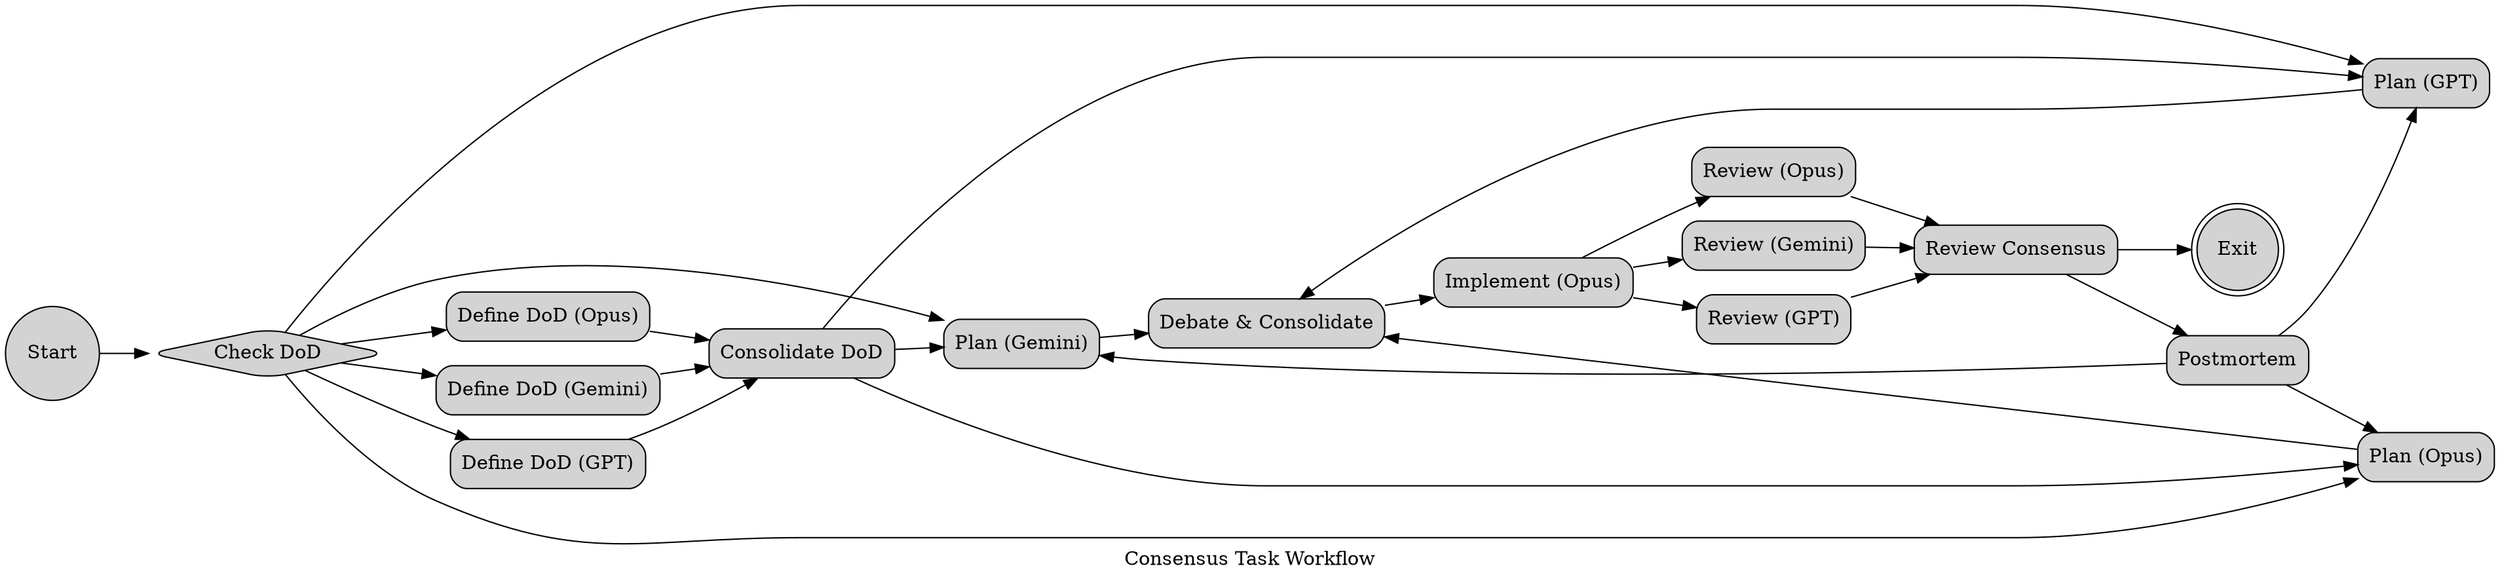
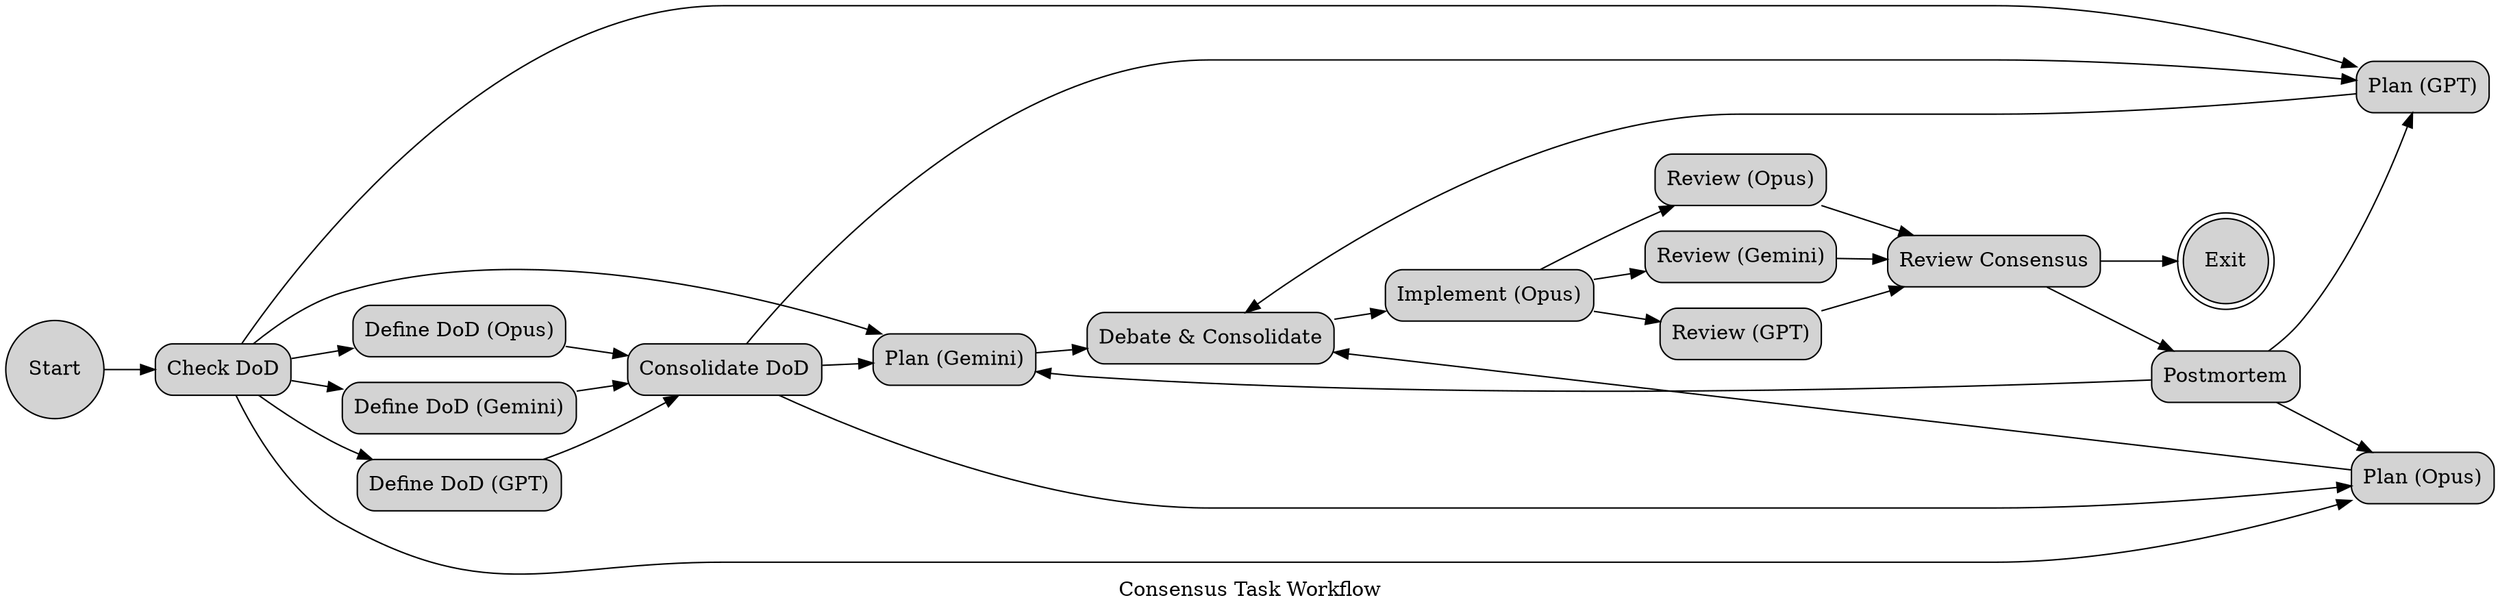
digraph Workflow {
  graph [
    label="Consensus Task Workflow",
    goal="$task",
    rankdir="LR",
    default_fidelity="truncate",
    default_thread_id="consensus-task",
    default_max_retry="3",
    retry_target="CheckDoD",
    fallback_retry_target="Start"
  ];

  Start [
    type="start", label="Start", shape="circle", style="rounded,filled",
    is_codergen="true", llm_provider="anthropic", llm_model="claude-opus-4-6",
    max_agent_turns="4", timeout="300"
  ];

  CheckDoD [
-     type="stack.steer", label="Check DoD", shape="diamond", style="rounded,filled",
+     type="stack.steer", label="Check DoD", shape="box", style="rounded,filled",
    is_codergen="true", llm_provider="anthropic", llm_model="claude-opus-4-6",
    max_agent_turns="2", timeout="120",
    prompt="Check if definition of done provided.\n\nTASK: $task\nDOD: $definition_of_done\n\nWrite status.json with outcome=needs_dod if DOD is empty or just a placeholder, else outcome=has_dod if a real DOD was provided."
  ];

  DefineDoD_Gemini [
    type="stack.observe", label="Define DoD (Gemini)", shape="box", style="rounded,filled",
    is_codergen="true", llm_provider="gemini", llm_model="gemini-3-flash-preview",
    max_agent_turns="6", timeout="300",
    prompt="Propose definition of done.\n\nTASK: $task\n\nWrite to .ai/dod_gemini.md"
  ];

  DefineDoD_GPT [
    type="stack.observe", label="Define DoD (GPT)", shape="box", style="rounded,filled",
    is_codergen="true", llm_provider="openai", llm_model="gpt-5.2-2025-12-11",
    max_agent_turns="6", timeout="300", reasoning_effort="high",
    prompt="Propose definition of done.\n\nTASK: $task\n\nWrite to .ai/dod_gpt.md"
  ];

  DefineDoD_Opus [
    type="stack.observe", label="Define DoD (Opus)", shape="box", style="rounded,filled",
    is_codergen="true", llm_provider="anthropic", llm_model="claude-opus-4-6",
    max_agent_turns="6", timeout="300",
    prompt="Propose definition of done.\n\nTASK: $task\n\nWrite to .ai/dod_opus.md"
  ];

  ConsolidateDoD [
    type="stack.observe", label="Consolidate DoD", shape="box", style="rounded,filled",
    is_codergen="true", llm_provider="anthropic", llm_model="claude-opus-4-6",
    max_agent_turns="8", timeout="420",
    prompt="Synthesize three DoD proposals.\n\nTASK: $task\n\nRead .ai/dod_*.md, write consensus to .ai/definition_of_done.md"
  ];

  PlanGemini [
    type="stack.observe", label="Plan (Gemini)", shape="box", style="rounded,filled",
    is_codergen="true", llm_provider="gemini", llm_model="gemini-3-flash-preview",
    max_agent_turns="8", timeout="420",
    prompt="Create implementation plan.\n\nTASK: $task\nDOD: .ai/definition_of_done.md or $definition_of_done\n\nWrite to .ai/plan_gemini.md"
  ];

  PlanGPT [
    type="stack.observe", label="Plan (GPT)", shape="box", style="rounded,filled",
    is_codergen="true", llm_provider="openai", llm_model="gpt-5.2-2025-12-11",
    max_agent_turns="8", timeout="420", reasoning_effort="high",
    prompt="Create implementation plan.\n\nTASK: $task\nDOD: .ai/definition_of_done.md or $definition_of_done\n\nWrite to .ai/plan_gpt.md"
  ];

  PlanOpus [
    type="stack.observe", label="Plan (Opus)", shape="box", style="rounded,filled",
    is_codergen="true", llm_provider="anthropic", llm_model="claude-opus-4-6",
    max_agent_turns="8", timeout="420",
    prompt="Create implementation plan.\n\nTASK: $task\nDOD: .ai/definition_of_done.md or $definition_of_done\n\nWrite to .ai/plan_opus.md"
  ];

  DebateConsolidate [
    type="stack.observe", label="Debate & Consolidate", shape="box", style="rounded,filled",
    is_codergen="true", llm_provider="anthropic", llm_model="claude-opus-4-6",
    max_agent_turns="10", timeout="600",
    prompt="Synthesize three plans.\n\nTASK: $task\n\nRead .ai/plan_*.md, write final to .ai/plan_final.md"
  ];

  Implement [
    type="stack.observe", label="Implement (Opus)", shape="box", style="rounded,filled",
    is_codergen="true", allow_partial="true", llm_provider="anthropic", llm_model="claude-opus-4-6",
    max_agent_turns="25", timeout="1200",
    prompt="Execute plan.\n\nTASK: $task\n\nFollow .ai/plan_final.md. Log to .ai/implementation_log.md"
  ];

  ReviewGemini [
    type="stack.observe", label="Review (Gemini)", shape="box", style="rounded,filled",
    is_codergen="true", llm_provider="gemini", llm_model="gemini-3-flash-preview",
    max_agent_turns="6", timeout="300",
    prompt="Review implementation.\n\nTASK: $task\n\nWrite to .ai/review_gemini.md with PASS/FAIL"
  ];

  ReviewGPT [
    type="stack.observe", label="Review (GPT)", shape="box", style="rounded,filled",
    is_codergen="true", llm_provider="openai", llm_model="gpt-5.2-2025-12-11",
    max_agent_turns="6", timeout="300", reasoning_effort="high",
    prompt="Review implementation.\n\nTASK: $task\n\nWrite to .ai/review_gpt.md with PASS/FAIL"
  ];

  ReviewOpus [
    type="stack.observe", label="Review (Opus)", shape="box", style="rounded,filled",
    is_codergen="true", llm_provider="anthropic", llm_model="claude-opus-4-6",
    max_agent_turns="6", timeout="300",
    prompt="Review implementation.\n\nTASK: $task\n\nWrite to .ai/review_opus.md with PASS/FAIL"
  ];

  ReviewConsensus [
    type="stack.steer", label="Review Consensus", shape="box", style="rounded,filled",
    is_codergen="true", llm_provider="anthropic", llm_model="claude-opus-4-6",
    max_agent_turns="6", timeout="300",
    prompt="Reach consensus.\n\nRead .ai/review_*.md\nWrite to .ai/review_consensus.md\n\noutcome=yes if PASS, outcome=retry if FAIL. Set preferred_next_label to \"\" (empty) or to \"yes\"/\"retry\"; do not use \"No\"."
  ];

  Postmortem [
    type="stack.observe", label="Postmortem", shape="box", style="rounded,filled",
    is_codergen="true", llm_provider="anthropic", llm_model="claude-opus-4-6",
    max_agent_turns="8", timeout="420",
    prompt="Failure postmortem.\n\nTASK: $task\n\nWrite to .ai/postmortem_NN.md"
  ];

  Exit [
    type="exit", label="Exit", shape="doublecircle", style="rounded,filled",
    is_codergen="true", llm_provider="anthropic", llm_model="claude-opus-4-6",
    max_agent_turns="4", timeout="120"
  ];

  Start -> CheckDoD;
  CheckDoD -> DefineDoD_Gemini [condition="outcome=needs_dod"];
  CheckDoD -> DefineDoD_GPT [condition="outcome=needs_dod"];
  CheckDoD -> DefineDoD_Opus [condition="outcome=needs_dod"];
  CheckDoD -> PlanGemini [condition="outcome=has_dod"];
  CheckDoD -> PlanGPT [condition="outcome=has_dod"];
  CheckDoD -> PlanOpus [condition="outcome=has_dod"];
  DefineDoD_Gemini -> ConsolidateDoD;
  DefineDoD_GPT -> ConsolidateDoD;
  DefineDoD_Opus -> ConsolidateDoD;
  ConsolidateDoD -> PlanGemini;
  ConsolidateDoD -> PlanGPT;
  ConsolidateDoD -> PlanOpus;
  PlanGemini -> DebateConsolidate;
  PlanGPT -> DebateConsolidate;
  PlanOpus -> DebateConsolidate;
  DebateConsolidate -> Implement;
  Implement -> ReviewGemini;
  Implement -> ReviewGPT;
  Implement -> ReviewOpus;
  ReviewGemini -> ReviewConsensus;
  ReviewGPT -> ReviewConsensus;
  ReviewOpus -> ReviewConsensus;
  ReviewConsensus -> Exit [condition="outcome=yes"];
  ReviewConsensus -> Postmortem [condition="outcome=retry"];
  Postmortem -> PlanGemini [loop_restart="true"];
  Postmortem -> PlanGPT [loop_restart="true"];
  Postmortem -> PlanOpus [loop_restart="true"];
}
